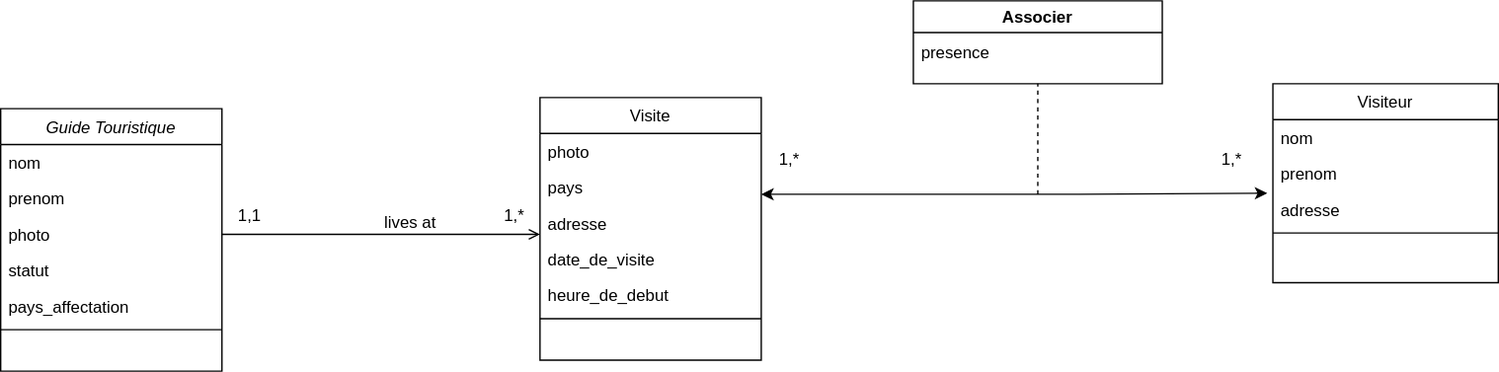
fresnel25/Travel_Paradise_Project keeps this draw.io diagram as Diagrammes/Diagramme de classe.drawio.svg. Above is the earlier version. Source tidied: cells renumbered, new cells last; positions are measured from the earlier drawing's top-left corner, leaving out a move shared by most shapes.
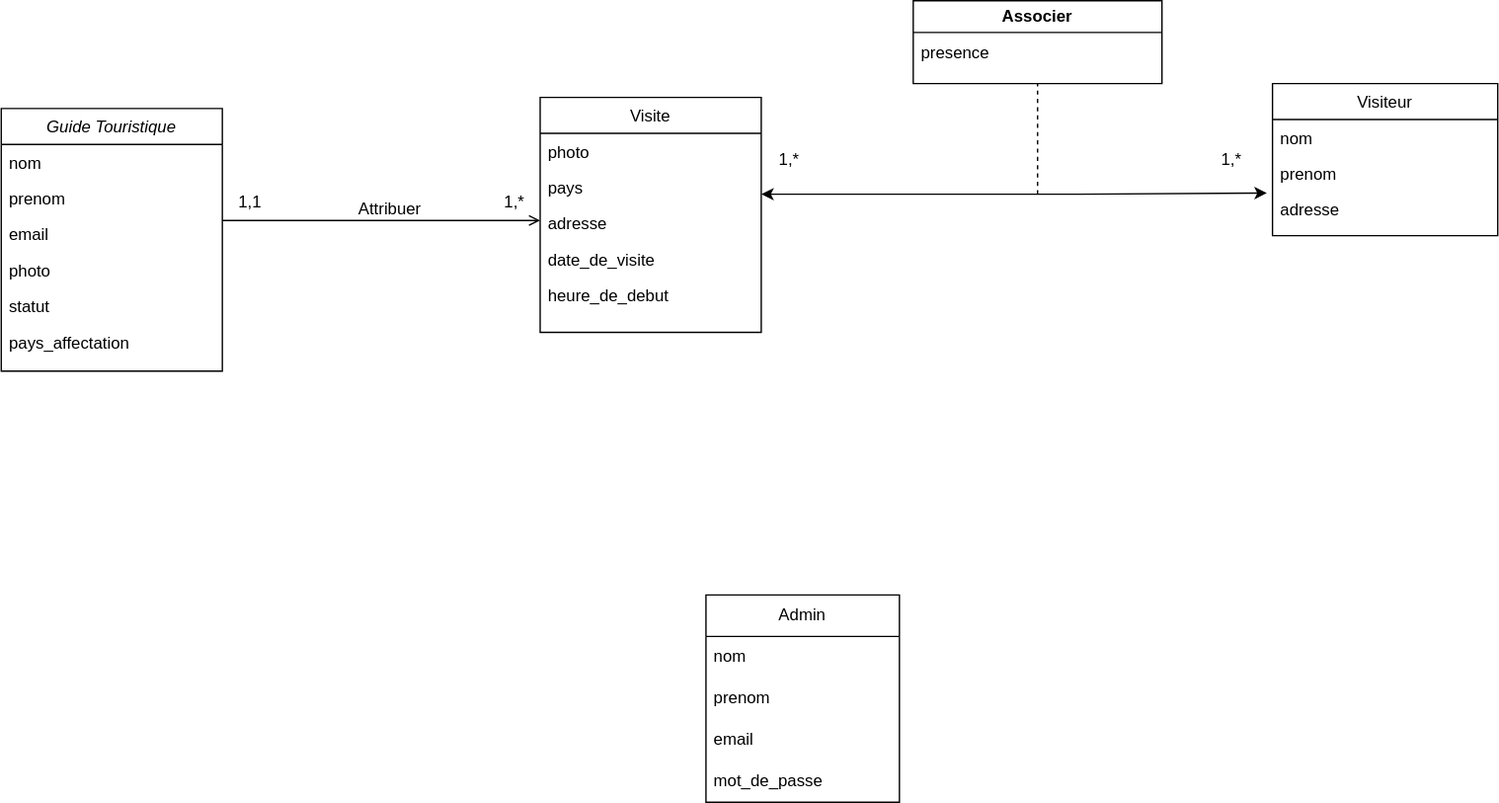
After the commit.

Commit message:
Mettre à jour Diagramme de classe.drawio.svg

Diff of the diagram source:
```diff
@@ -11,20 +11,20 @@
     <mxCell id="4" value="prenom" style="text;align=left;verticalAlign=top;spacingLeft=4;spacingRight=4;overflow=hidden;rounded=0;shadow=0;html=0;" parent="2" vertex="1">
       <mxGeometry y="52" width="160" height="26" as="geometry" />
     </mxCell>
+    <mxCell id="7" value="email" style="text;align=left;verticalAlign=top;spacingLeft=4;spacingRight=4;overflow=hidden;rounded=0;shadow=0;html=0;" parent="2" vertex="1">
+      <mxGeometry y="78" width="160" height="26" as="geometry" />
+    </mxCell>
     <mxCell id="5" value="photo" style="text;align=left;verticalAlign=top;spacingLeft=4;spacingRight=4;overflow=hidden;rounded=0;shadow=0;html=0;" parent="2" vertex="1">
-      <mxGeometry y="78" width="160" height="26" as="geometry" />
+      <mxGeometry y="104" width="160" height="26" as="geometry" />
     </mxCell>
     <mxCell id="6" value="statut" style="text;align=left;verticalAlign=top;spacingLeft=4;spacingRight=4;overflow=hidden;rounded=0;shadow=0;html=0;" parent="2" vertex="1">
-      <mxGeometry y="104" width="160" height="26" as="geometry" />
+      <mxGeometry y="130" width="160" height="26" as="geometry" />
     </mxCell>
-    <mxCell id="7" value="pays_affectation" style="text;align=left;verticalAlign=top;spacingLeft=4;spacingRight=4;overflow=hidden;rounded=0;shadow=0;html=0;" parent="2" vertex="1">
-      <mxGeometry y="130" width="160" height="26" as="geometry" />
-    </mxCell>
-    <mxCell id="8" style="line;html=1;strokeWidth=1;align=left;verticalAlign=middle;spacingTop=-1;spacingLeft=3;spacingRight=3;labelPosition=right;" parent="2" vertex="1">
-      <mxGeometry y="156" width="160" height="8" as="geometry" />
-    </mxCell>
+    <mxCell id="31" value="pays_affectation" style="text;align=left;verticalAlign=top;spacingLeft=4;spacingRight=4;overflow=hidden;rounded=0;shadow=0;html=0;" parent="2" vertex="1">
+      <mxGeometry y="156" width="160" height="26" as="geometry" />
+    </mxCell>
     <mxCell id="9" value="Visite" style="swimlane;fontStyle=0;align=center;verticalAlign=top;horizontal=1;startSize=26;rounded=0;shadow=0;strokeWidth=1;" parent="1" vertex="1">
-      <mxGeometry x="390" y="70" width="160" height="190" as="geometry" />
+      <mxGeometry x="390" y="70" width="160" height="170" as="geometry" />
     </mxCell>
     <mxCell id="10" value="photo" style="text;align=left;verticalAlign=top;spacingLeft=4;spacingRight=4;overflow=hidden;" parent="9" vertex="1">
       <mxGeometry y="26" width="160" height="26" as="geometry" />
@@ -41,9 +41,6 @@
     <mxCell id="14" value="heure_de_debut" style="text;align=left;verticalAlign=top;spacingLeft=4;spacingRight=4;overflow=hidden;rounded=0;shadow=0;html=0;" parent="9" vertex="1">
       <mxGeometry y="130" width="160" height="26" as="geometry" />
     </mxCell>
-    <mxCell id="15" style="line;html=1;strokeWidth=1;align=left;verticalAlign=middle;spacingTop=-1;spacingLeft=3;spacingRight=3;labelPosition=right;" parent="9" vertex="1">
-      <mxGeometry y="156" width="160" height="8" as="geometry" />
-    </mxCell>
     <mxCell id="16" style="endArrow=open;shadow=0;strokeWidth=1;rounded=0;curved=0;endFill=1;edgeStyle=elbowEdgeStyle;elbow=vertical;" parent="1" edge="1" source="2" target="9">
       <mxGeometry x="0.5" y="41" relative="1" as="geometry">
         <mxPoint x="-40" y="32" as="offset" />
@@ -59,13 +56,13 @@
         <mxPoint x="-10" y="-5" as="offset" />
       </mxGeometry>
     </mxCell>
-    <mxCell id="19" value="lives at" style="text;html=1;align=center;verticalAlign=middle;labelBackgroundColor=none;rounded=0;shadow=0;strokeWidth=1;fontSize=12;" parent="16" vertex="1">
+    <mxCell id="19" value="Attribuer" style="text;html=1;align=center;verticalAlign=middle;labelBackgroundColor=none;rounded=0;shadow=0;strokeWidth=1;fontSize=12;" parent="16" vertex="1">
       <mxGeometry x="0.5" y="49" relative="1" as="geometry">
-        <mxPoint x="-38" y="40" as="offset" />
+        <mxPoint x="-53" y="40" as="offset" />
       </mxGeometry>
     </mxCell>
     <mxCell id="20" value="Visiteur" style="swimlane;fontStyle=0;align=center;verticalAlign=top;horizontal=1;startSize=26;rounded=0;shadow=0;strokeWidth=1;" parent="1" vertex="1">
-      <mxGeometry x="920" y="60" width="163" height="144" as="geometry" />
+      <mxGeometry x="920" y="60" width="163" height="110" as="geometry" />
     </mxCell>
     <mxCell id="21" value="nom" style="text;align=left;verticalAlign=top;spacingLeft=4;spacingRight=4;overflow=hidden;" parent="20" vertex="1">
       <mxGeometry y="26" width="163" height="26" as="geometry" />
@@ -76,9 +73,6 @@
     <mxCell id="23" value="adresse" style="text;align=left;verticalAlign=top;spacingLeft=4;spacingRight=4;overflow=hidden;points=[[0,0.5],[1,0.5]];portConstraint=eastwest;rounded=0;shadow=0;html=0;" parent="20" vertex="1">
       <mxGeometry y="78" width="163" height="26" as="geometry" />
     </mxCell>
-    <mxCell id="24" style="line;html=1;strokeWidth=1;align=left;verticalAlign=middle;spacingTop=-1;spacingLeft=3;spacingRight=3;labelPosition=right;" parent="20" vertex="1">
-      <mxGeometry y="104" width="163" height="8" as="geometry" />
-    </mxCell>
     <mxCell id="25" style="endArrow=classic;startArrow=classic;html=1;rounded=0;exitX=1;exitY=0.692;exitDx=0;exitDy=0;exitPerimeter=0;entryX=-0.025;entryY=0.046;entryDx=0;entryDy=0;entryPerimeter=0;" parent="1" edge="1" source="11" target="23">
       <mxGeometry relative="1" as="geometry">
         <Array as="points">
@@ -103,5 +97,20 @@
     <mxCell id="30" value="presence" style="text;strokeColor=none;fillColor=none;align=left;verticalAlign=middle;spacingLeft=4;spacingRight=4;overflow=hidden;whiteSpace=wrap;html=1;" parent="29" vertex="1">
       <mxGeometry y="25" width="180" height="25" as="geometry" />
     </mxCell>
+    <mxCell id="32" value="Admin" style="swimlane;fontStyle=0;horizontal=1;startSize=30;whiteSpace=wrap;html=1;" parent="1" vertex="1">
+      <mxGeometry x="510" y="430" width="140" height="150" as="geometry" />
+    </mxCell>
+    <mxCell id="33" value="nom" style="text;strokeColor=none;fillColor=none;align=left;verticalAlign=middle;spacingLeft=4;spacingRight=4;overflow=hidden;whiteSpace=wrap;html=1;" parent="32" vertex="1">
+      <mxGeometry y="30" width="140" height="30" as="geometry" />
+    </mxCell>
+    <mxCell id="34" value="prenom" style="text;strokeColor=none;fillColor=none;align=left;verticalAlign=middle;spacingLeft=4;spacingRight=4;overflow=hidden;whiteSpace=wrap;html=1;" parent="32" vertex="1">
+      <mxGeometry y="60" width="140" height="30" as="geometry" />
+    </mxCell>
+    <mxCell id="35" value="email" style="text;strokeColor=none;fillColor=none;align=left;verticalAlign=middle;spacingLeft=4;spacingRight=4;overflow=hidden;whiteSpace=wrap;html=1;" parent="32" vertex="1">
+      <mxGeometry y="90" width="140" height="30" as="geometry" />
+    </mxCell>
+    <mxCell id="36" value="mot_de_passe" style="text;strokeColor=none;fillColor=none;align=left;verticalAlign=middle;spacingLeft=4;spacingRight=4;overflow=hidden;whiteSpace=wrap;html=1;" parent="32" vertex="1">
+      <mxGeometry y="120" width="140" height="30" as="geometry" />
+    </mxCell>
   </root>
 </mxGraphModel>
```
